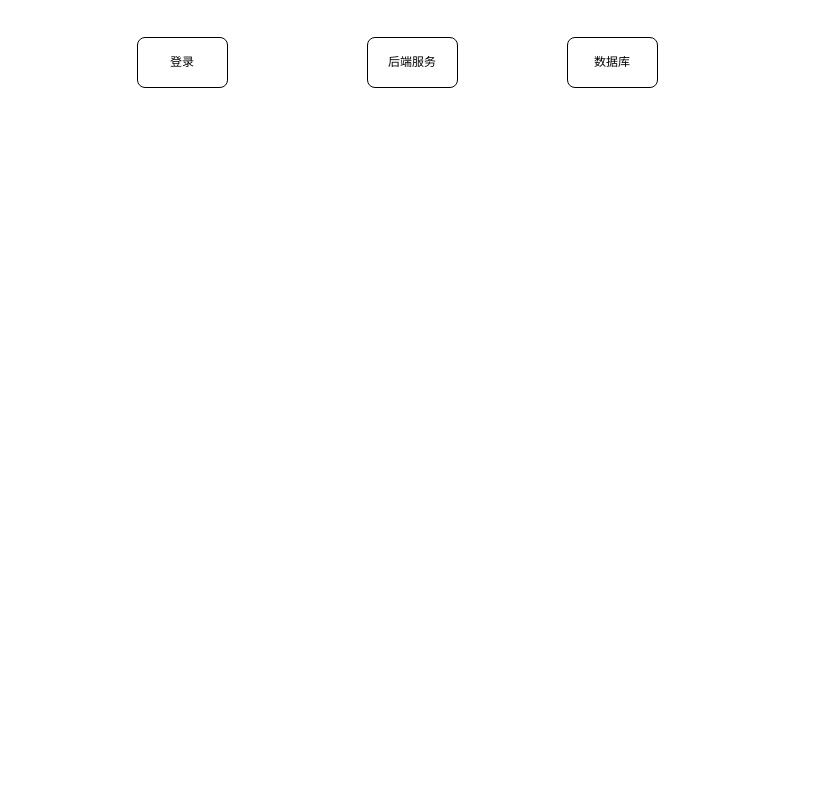
yanglei1992/documents keeps this draw.io diagram as yzs/工业平台安全体系.drawio. Above is the earlier version. Source tidied: cells renumbered, new cells numbered last; positions are measured from the earlier drawing's top-left corner, leaving out a move shared by most shapes. Both pictures are drawn from the tidied source at 100%, with x=0, y=0 at pixel (137, 37).
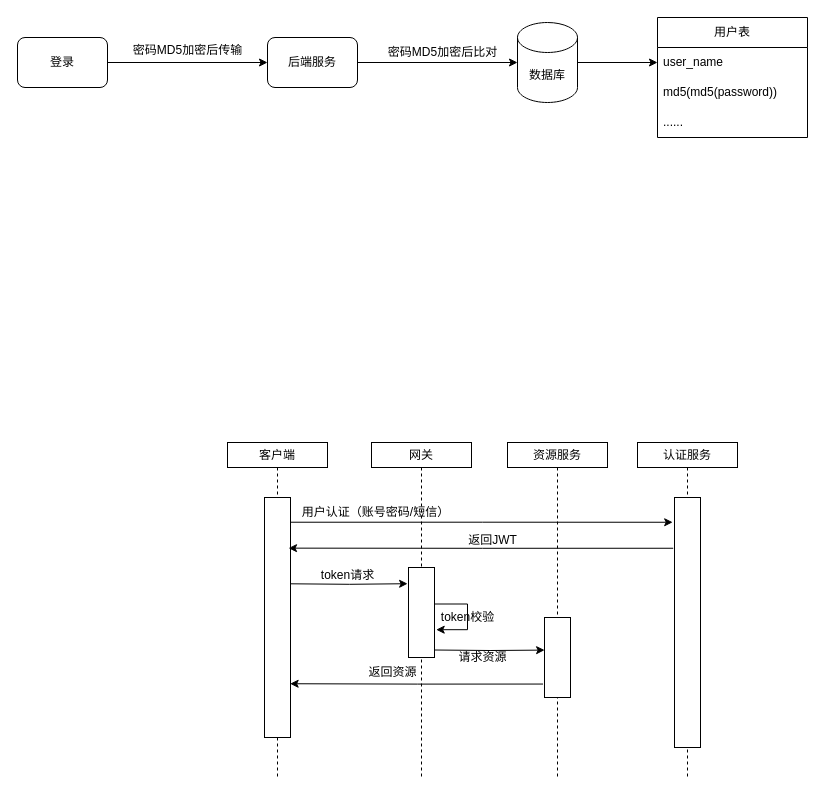
After the change.

Commit message (it also covers changes not shown here):
更新工业平台安全体系.drawio

Diff of the diagram source:
```diff
@@
+    <mxCell id="5" style="edgeStyle=orthogonalEdgeStyle;rounded=0;jettySize=auto;html=1;exitX=1;exitY=0.5;exitDx=0;exitDy=0;entryX=0;entryY=0.5;entryDx=0;entryDy=0;" parent="1" edge="1" source="2" target="3">
+      <mxGeometry relative="1" as="geometry" />
+    </mxCell>
     <mxCell id="2" value="登录" style="rounded=1;whiteSpace=wrap;html=1;" parent="1" vertex="1">
-      <mxGeometry width="90" height="50" as="geometry" />
+      <mxGeometry x="-120" width="90" height="50" as="geometry" />
     </mxCell>
+    <mxCell id="6" style="edgeStyle=orthogonalEdgeStyle;rounded=0;jettySize=auto;html=1;exitX=1;exitY=0.5;exitDx=0;exitDy=0;entryX=0;entryY=0.5;entryDx=0;entryDy=0;entryPerimeter=0;" parent="1" edge="1" source="3" target="4">
+      <mxGeometry relative="1" as="geometry" />
+    </mxCell>
     <mxCell id="3" value="后端服务" style="rounded=1;whiteSpace=wrap;html=1;" parent="1" vertex="1">
-      <mxGeometry x="230" width="90" height="50" as="geometry" />
+      <mxGeometry x="130" width="90" height="50" as="geometry" />
     </mxCell>
+    <mxCell id="7" value="密码MD5加密后传输" style="text;html=1;align=center;verticalAlign=middle;strokeColor=none;fillColor=none;" parent="1" vertex="1">
+      <mxGeometry x="-15" y="-2" width="130" height="30" as="geometry" />
+    </mxCell>
+    <mxCell id="8" value="密码MD5加密后比对" style="text;html=1;align=center;verticalAlign=middle;strokeColor=none;fillColor=none;" parent="1" vertex="1">
+      <mxGeometry x="240" width="130" height="30" as="geometry" />
+    </mxCell>
+    <mxCell id="9" style="edgeStyle=orthogonalEdgeStyle;rounded=0;jettySize=auto;html=1;exitX=1;exitY=0.5;exitDx=0;exitDy=0;exitPerimeter=0;entryX=0;entryY=0.5;entryDx=0;entryDy=0;" parent="1" edge="1" source="4" target="11">
+      <mxGeometry relative="1" as="geometry" />
+    </mxCell>
-    <mxCell id="4" value="数据库" style="rounded=1;whiteSpace=wrap;html=1;" parent="1" vertex="1">
-      <mxGeometry x="430" width="90" height="50" as="geometry" />
+    <mxCell id="4" value="数据库" style="shape=cylinder3;whiteSpace=wrap;html=1;boundedLbl=1;backgroundOutline=1;size=15;" parent="1" vertex="1">
+      <mxGeometry x="380" y="-15" width="60" height="80" as="geometry" />
     </mxCell>
+    <mxCell id="10" value="用户表" style="swimlane;fontStyle=0;horizontal=1;startSize=30;whiteSpace=wrap;html=1;" parent="1" vertex="1">
+      <mxGeometry x="520" y="-20" width="150" height="120" as="geometry" />
+    </mxCell>
+    <mxCell id="11" value="user_name" style="text;strokeColor=none;fillColor=none;align=left;verticalAlign=middle;spacingLeft=4;spacingRight=4;overflow=hidden;points=[[0,0.5],[1,0.5]];portConstraint=eastwest;whiteSpace=wrap;html=1;" parent="10" vertex="1">
+      <mxGeometry y="30" width="150" height="30" as="geometry" />
+    </mxCell>
+    <mxCell id="12" value="md5(md5(password))" style="text;strokeColor=none;fillColor=none;align=left;verticalAlign=middle;spacingLeft=4;spacingRight=4;overflow=hidden;whiteSpace=wrap;html=1;" parent="10" vertex="1">
+      <mxGeometry y="60" width="150" height="30" as="geometry" />
+    </mxCell>
+    <mxCell id="13" value="......" style="text;strokeColor=none;fillColor=none;align=left;verticalAlign=middle;spacingLeft=4;spacingRight=4;overflow=hidden;whiteSpace=wrap;html=1;" parent="10" vertex="1">
+      <mxGeometry y="90" width="150" height="30" as="geometry" />
+    </mxCell>
+    <mxCell id="14" value="客户端" style="shape=umlLifeline;perimeter=lifelinePerimeter;whiteSpace=wrap;html=1;newEdgeStyle={&quot;curved&quot;:0,&quot;rounded&quot;:0};size=25;" parent="1" vertex="1">
+      <mxGeometry x="90" y="405" width="100" height="335" as="geometry" />
+    </mxCell>
+    <mxCell id="15" value="网关" style="shape=umlLifeline;perimeter=lifelinePerimeter;whiteSpace=wrap;html=1;newEdgeStyle={&quot;curved&quot;:0,&quot;rounded&quot;:0};size=25;" parent="1" vertex="1">
+      <mxGeometry x="234" y="405" width="100" height="335" as="geometry" />
+    </mxCell>
+    <mxCell id="16" value="资源服务" style="shape=umlLifeline;perimeter=lifelinePerimeter;whiteSpace=wrap;html=1;newEdgeStyle={&quot;curved&quot;:0,&quot;rounded&quot;:0};size=25;" parent="1" vertex="1">
+      <mxGeometry x="370" y="405" width="100" height="335" as="geometry" />
+    </mxCell>
+    <mxCell id="17" value="认证服务" style="shape=umlLifeline;perimeter=lifelinePerimeter;whiteSpace=wrap;html=1;newEdgeStyle={&quot;curved&quot;:0,&quot;rounded&quot;:0};size=25;" parent="1" vertex="1">
+      <mxGeometry x="500" y="405" width="100" height="335" as="geometry" />
+    </mxCell>
+    <mxCell id="18" style="rounded=0;whiteSpace=wrap;html=1;" parent="1" vertex="1">
+      <mxGeometry x="127" y="460" width="26" height="240" as="geometry" />
+    </mxCell>
+    <mxCell id="19" style="rounded=0;whiteSpace=wrap;html=1;" parent="1" vertex="1">
+      <mxGeometry x="537" y="460" width="26" height="250" as="geometry" />
+    </mxCell>
+    <mxCell id="20" style="edgeStyle=orthogonalEdgeStyle;rounded=0;jettySize=auto;html=1;exitX=1.007;exitY=0.103;exitDx=0;exitDy=0;entryX=-0.07;entryY=0.099;entryDx=0;entryDy=0;entryPerimeter=0;exitPerimeter=0;" parent="1" edge="1" source="18" target="19">
+      <mxGeometry relative="1" as="geometry" />
+    </mxCell>
+    <mxCell id="21" value="用户认证（账号密码/短信）" style="text;html=1;align=center;verticalAlign=middle;strokeColor=none;fillColor=none;" parent="1" vertex="1">
+      <mxGeometry x="153" y="460" width="170" height="30" as="geometry" />
+    </mxCell>
+    <mxCell id="22" style="edgeStyle=orthogonalEdgeStyle;rounded=0;jettySize=auto;html=1;exitX=-0.05;exitY=0.203;exitDx=0;exitDy=0;exitPerimeter=0;entryX=0.925;entryY=0.211;entryDx=0;entryDy=0;entryPerimeter=0;" parent="1" edge="1" source="19" target="18">
+      <mxGeometry relative="1" as="geometry" />
+    </mxCell>
+    <mxCell id="23" value="返回JWT" style="text;html=1;align=center;verticalAlign=middle;strokeColor=none;fillColor=none;" parent="1" vertex="1">
+      <mxGeometry x="320" y="488" width="70" height="30" as="geometry" />
+    </mxCell>
+    <mxCell id="24" style="edgeStyle=orthogonalEdgeStyle;rounded=0;orthogonalLoop=1;jettySize=auto;html=1;exitX=1;exitY=0.25;exitDx=0;exitDy=0;entryX=1.064;entryY=0.617;entryDx=0;entryDy=0;entryPerimeter=0;" parent="1" edge="1">
+      <mxGeometry relative="1" as="geometry">
+        <mxPoint x="297" y="566.5" as="sourcePoint" />
+        <mxPoint x="298.7" y="592.2" as="targetPoint" />
+        <Array as="points">
+          <mxPoint x="330" y="567" />
+          <mxPoint x="330" y="592" />
+        </Array>
+      </mxGeometry>
+    </mxCell>
+    <mxCell id="25" style="rounded=0;whiteSpace=wrap;html=1;" parent="1" vertex="1">
+      <mxGeometry x="271" y="530" width="26" height="90" as="geometry" />
+    </mxCell>
+    <mxCell id="26" style="rounded=0;whiteSpace=wrap;html=1;" parent="1" vertex="1">
+      <mxGeometry x="407" y="580" width="26" height="80" as="geometry" />
+    </mxCell>
+    <mxCell id="27" style="edgeStyle=orthogonalEdgeStyle;rounded=0;orthogonalLoop=1;jettySize=auto;html=1;entryX=-0.035;entryY=0.36;entryDx=0;entryDy=0;entryPerimeter=0;exitX=1.007;exitY=0.397;exitDx=0;exitDy=0;exitPerimeter=0;" parent="1" edge="1">
+      <mxGeometry relative="1" as="geometry">
+        <mxPoint x="153.2" y="546.3" as="sourcePoint" />
+        <mxPoint x="270.1" y="546.2" as="targetPoint" />
+      </mxGeometry>
+    </mxCell>
+    <mxCell id="28" value="token请求" style="text;html=1;align=center;verticalAlign=middle;strokeColor=none;fillColor=none;" parent="1" vertex="1">
+      <mxGeometry x="170" y="523" width="80" height="30" as="geometry" />
+    </mxCell>
+    <mxCell id="29" style="edgeStyle=orthogonalEdgeStyle;rounded=0;orthogonalLoop=1;jettySize=auto;html=1;exitX=1;exitY=0.75;exitDx=0;exitDy=0;entryX=0.005;entryY=0.408;entryDx=0;entryDy=0;entryPerimeter=0;" parent="1" edge="1">
+      <mxGeometry relative="1" as="geometry">
+        <mxPoint x="297" y="612.5" as="sourcePoint" />
+        <mxPoint x="407.1" y="612.6" as="targetPoint" />
+      </mxGeometry>
+    </mxCell>
+    <mxCell id="30" style="edgeStyle=orthogonalEdgeStyle;rounded=0;jettySize=auto;html=1;entryX=0.986;entryY=0.776;entryDx=0;entryDy=0;entryPerimeter=0;exitX=-0.056;exitY=0.832;exitDx=0;exitDy=0;exitPerimeter=0;" parent="1" edge="1" source="26" target="18">
+      <mxGeometry relative="1" as="geometry" />
+    </mxCell>
+    <mxCell id="31" value="返回资源" style="text;html=1;align=center;verticalAlign=middle;strokeColor=none;fillColor=none;" parent="1" vertex="1">
+      <mxGeometry x="220" y="620" width="70" height="30" as="geometry" />
+    </mxCell>
+    <mxCell id="32" value="token校验" style="text;html=1;align=center;verticalAlign=middle;strokeColor=none;fillColor=none;" parent="1" vertex="1">
+      <mxGeometry x="290" y="565" width="80" height="30" as="geometry" />
+    </mxCell>
+    <mxCell id="33" value="请求资源" style="text;html=1;align=center;verticalAlign=middle;strokeColor=none;fillColor=none;" parent="1" vertex="1">
+      <mxGeometry x="310" y="605" width="70" height="30" as="geometry" />
+    </mxCell>
```
